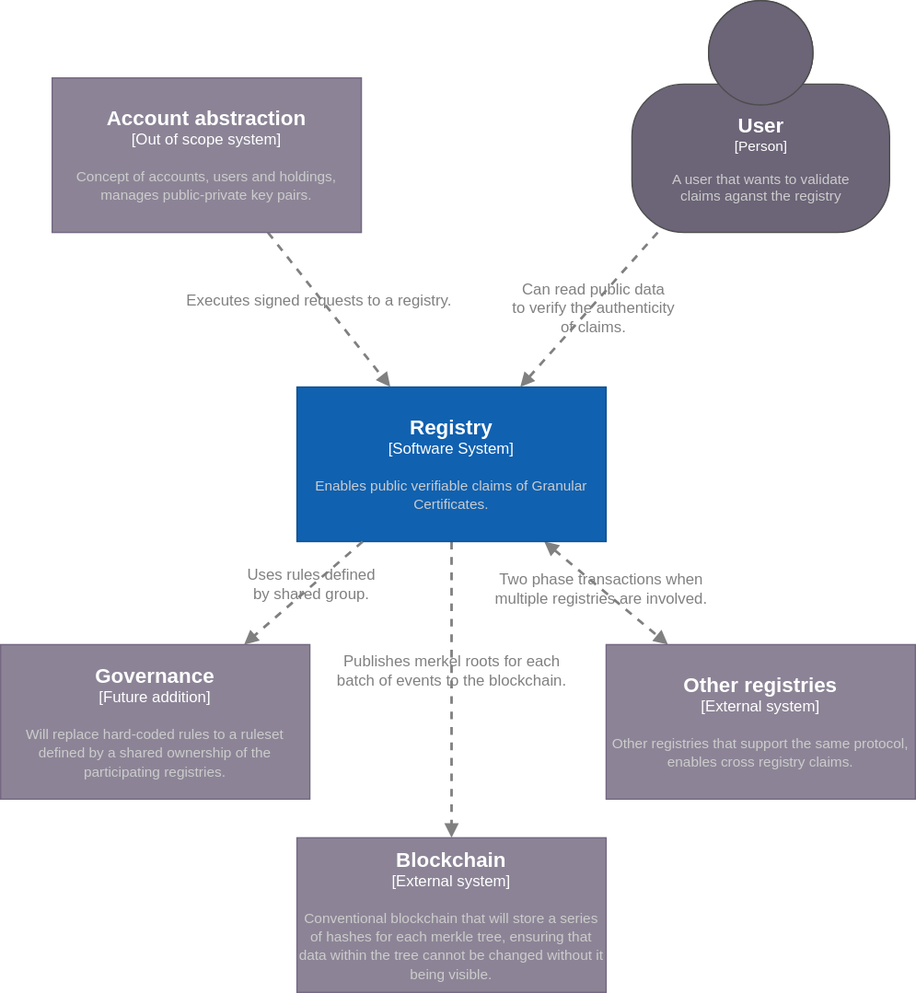
Earlier version of the draw.io export doc/architecture/system_diagram.drawio.svg (project-origin/registry). Source tidied: cells renumbered, new cells last; positions are measured from the earlier drawing's top-left corner, leaving out a move shared by most shapes.
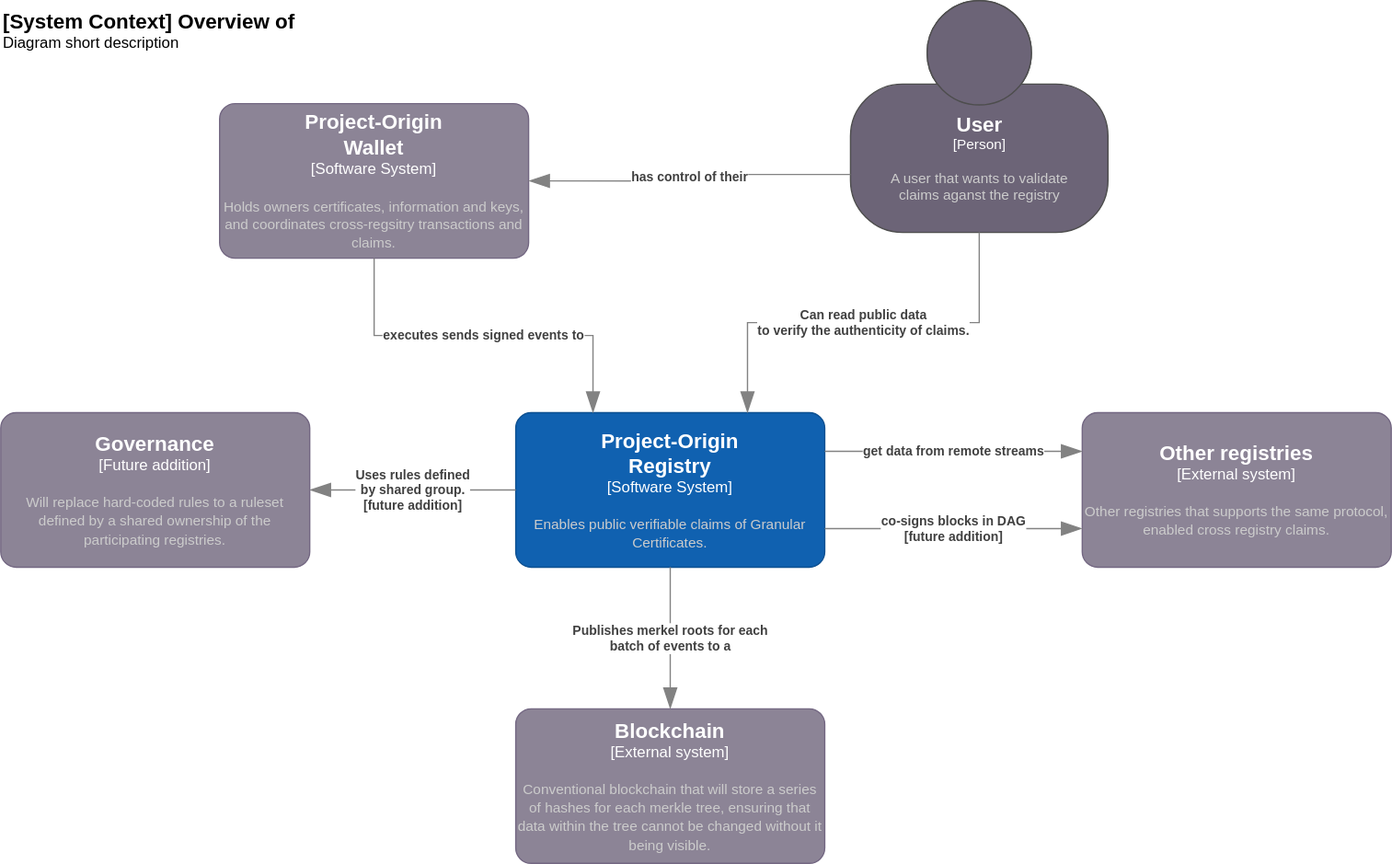
Above is the later version.

Diff of the diagram source:
```diff
@@ -2,65 +2,75 @@
   <root>
     <mxCell id="0" />
     <mxCell id="1" parent="0" />
-    <mxCell id="2" style="edgeStyle=none;html=1;dashed=1;endArrow=block;endFill=1;rounded=0;fontColor=#808080;strokeColor=#808080;strokeWidth=2;" parent="1" edge="1" source="6" target="7">
-      <mxGeometry relative="1" as="geometry" />
-    </mxCell>
-    <mxCell id="3" value="Publishes merkel roots for each &lt;br&gt;batch of events to the blockchain." style="edgeLabel;html=1;align=center;verticalAlign=middle;fontSize=12;labelBackgroundColor=none;rounded=0;fontColor=#808080;" parent="2" vertex="1">
-      <mxGeometry x="-0.14" y="-1" relative="1" as="geometry" />
-    </mxCell>
-    <mxCell id="4" style="edgeStyle=none;html=1;dashed=1;startArrow=block;startFill=1;endArrow=block;endFill=1;rounded=0;fontColor=#808080;strokeColor=#808080;strokeWidth=2;" parent="1" edge="1" source="6" target="8">
-      <mxGeometry relative="1" as="geometry" />
-    </mxCell>
-    <mxCell id="5" value="Two phase&amp;nbsp;transactions when &lt;br&gt;multiple registries are involved." style="edgeLabel;html=1;align=center;verticalAlign=middle;fontSize=12;labelBackgroundColor=none;rounded=0;fontColor=#808080;" parent="4" vertex="1">
-      <mxGeometry x="-0.09" relative="1" as="geometry" />
-    </mxCell>
-    <object id="6" label="&lt;font style=&quot;font-size: 16px&quot;&gt;&lt;b&gt;%c4Name%&lt;/b&gt;&lt;/font&gt;&lt;div&gt;[%c4Type%]&lt;/div&gt;&lt;br&gt;&lt;div&gt;&lt;font style=&quot;font-size: 11px&quot;&gt;&lt;font color=&quot;#cccccc&quot;&gt;%c4Description%&lt;/font&gt;&lt;/div&gt;" c4Description="Enables public verifiable claims of Granular Certificates." c4Name="Registry" c4Type="Software System" placeholders="1">
-      <mxCell style="rounded=0;whiteSpace=wrap;html=1;labelBackgroundColor=none;fillColor=#1061B0;fontColor=#ffffff;align=center;arcSize=10;strokeColor=#0D5091;points=[[0.25,0,0],[0.5,0,0],[0.75,0,0],[1,0.25,0],[1,0.5,0],[1,0.75,0],[0.75,1,0],[0.5,1,0],[0.25,1,0],[0,0.75,0],[0,0.5,0],[0,0.25,0]];" parent="1" vertex="1">
-        <mxGeometry x="230" y="300" width="240" height="120" as="geometry" />
+    <object id="6" label="&lt;font style=&quot;font-size: 16px&quot;&gt;&lt;b&gt;%c4Name%&lt;/b&gt;&lt;/font&gt;&lt;div&gt;[%c4Type%]&lt;/div&gt;&lt;br&gt;&lt;div&gt;&lt;font style=&quot;font-size: 11px&quot;&gt;&lt;font color=&quot;#cccccc&quot;&gt;%c4Description%&lt;/font&gt;&lt;/div&gt;" c4Description="Enables public verifiable claims of Granular Certificates." c4Name="Project-Origin&#10;Registry" c4Type="Software System" placeholders="1">
+      <mxCell style="rounded=1;whiteSpace=wrap;html=1;labelBackgroundColor=none;fillColor=#1061B0;fontColor=#ffffff;align=center;arcSize=10;strokeColor=#0D5091;points=[[0.25,0,0],[0.5,0,0],[0.75,0,0],[1,0.25,0],[1,0.5,0],[1,0.75,0],[0.75,1,0],[0.5,1,0],[0.25,1,0],[0,0.75,0],[0,0.5,0],[0,0.25,0]];" parent="1" vertex="1">
+        <mxGeometry x="110" y="100" width="240" height="120" as="geometry" />
       </mxCell>
     </object>
-    <object id="7" label="&lt;font style=&quot;font-size: 16px&quot;&gt;&lt;b&gt;%c4Name%&lt;/b&gt;&lt;/font&gt;&lt;div&gt;[%c4Type%]&lt;/div&gt;&lt;br&gt;&lt;div&gt;&lt;font style=&quot;font-size: 11px&quot;&gt;&lt;font color=&quot;#cccccc&quot;&gt;%c4Description%&lt;/font&gt;&lt;/div&gt;" c4Description="Conventional blockchain that will store a series of hashes for each merkel tree, ensuring that data within the tree cannot be changed without it being visible." c4Name="Blockchain" c4Type="External system" placeholders="1">
-      <mxCell style="rounded=0;whiteSpace=wrap;html=1;labelBackgroundColor=none;fillColor=#8C8496;fontColor=#ffffff;align=center;arcSize=10;strokeColor=#736782;points=[[0.25,0,0],[0.5,0,0],[0.75,0,0],[1,0.25,0],[1,0.5,0],[1,0.75,0],[0.75,1,0],[0.5,1,0],[0.25,1,0],[0,0.75,0],[0,0.5,0],[0,0.25,0]];" parent="1" vertex="1">
-        <mxGeometry x="230" y="650" width="240" height="120" as="geometry" />
+    <object id="7" label="&lt;font style=&quot;font-size: 16px&quot;&gt;&lt;b&gt;%c4Name%&lt;/b&gt;&lt;/font&gt;&lt;div&gt;[%c4Type%]&lt;/div&gt;&lt;br&gt;&lt;div&gt;&lt;font style=&quot;font-size: 11px&quot;&gt;&lt;font color=&quot;#cccccc&quot;&gt;%c4Description%&lt;/font&gt;&lt;/div&gt;" c4Description="Conventional blockchain that will store a series of hashes for each merkle tree, ensuring that data within the tree cannot be changed without it being visible." c4Name="Blockchain" c4Type="External system" placeholders="1">
+      <mxCell style="rounded=1;whiteSpace=wrap;html=1;labelBackgroundColor=none;fillColor=#8C8496;fontColor=#ffffff;align=center;arcSize=10;strokeColor=#736782;points=[[0.25,0,0],[0.5,0,0],[0.75,0,0],[1,0.25,0],[1,0.5,0],[1,0.75,0],[0.75,1,0],[0.5,1,0],[0.25,1,0],[0,0.75,0],[0,0.5,0],[0,0.25,0]];" parent="1" vertex="1">
+        <mxGeometry x="110" y="330" width="240" height="120" as="geometry" />
       </mxCell>
     </object>
     <object id="8" label="&lt;font style=&quot;font-size: 16px&quot;&gt;&lt;b&gt;%c4Name%&lt;/b&gt;&lt;/font&gt;&lt;div&gt;[%c4Type%]&lt;/div&gt;&lt;br&gt;&lt;div&gt;&lt;font style=&quot;font-size: 11px&quot;&gt;&lt;font color=&quot;#cccccc&quot;&gt;%c4Description%&lt;/font&gt;&lt;/div&gt;" c4Description="Other registries that supports the same protocol, enabled cross registry claims." c4Name="Other registries" c4Type="External system" placeholders="1">
-      <mxCell style="rounded=0;whiteSpace=wrap;html=1;labelBackgroundColor=none;fillColor=#8C8496;fontColor=#ffffff;align=center;arcSize=10;strokeColor=#736782;points=[[0.25,0,0],[0.5,0,0],[0.75,0,0],[1,0.25,0],[1,0.5,0],[1,0.75,0],[0.75,1,0],[0.5,1,0],[0.25,1,0],[0,0.75,0],[0,0.5,0],[0,0.25,0]];" parent="1" vertex="1">
-        <mxGeometry x="470" y="500" width="240" height="120" as="geometry" />
+      <mxCell style="rounded=1;whiteSpace=wrap;html=1;labelBackgroundColor=none;fillColor=#8C8496;fontColor=#ffffff;align=center;arcSize=10;strokeColor=#736782;points=[[0.25,0,0],[0.5,0,0],[0.75,0,0],[1,0.25,0],[1,0.5,0],[1,0.75,0],[0.75,1,0],[0.5,1,0],[0.25,1,0],[0,0.75,0],[0,0.5,0],[0,0.25,0]];" parent="1" vertex="1">
+        <mxGeometry x="550" y="100" width="240" height="120" as="geometry" />
       </mxCell>
     </object>
-    <mxCell id="9" style="edgeStyle=none;html=1;dashed=1;fontSize=12;endArrow=block;endFill=1;rounded=0;fontColor=#808080;strokeColor=#808080;strokeWidth=2;" parent="1" edge="1" source="11" target="6">
-      <mxGeometry relative="1" as="geometry" />
-    </mxCell>
-    <mxCell id="10" value="Executes signed requests to a registry." style="edgeLabel;html=1;align=center;verticalAlign=middle;fontSize=12;labelBackgroundColor=none;rounded=0;fontColor=#808080;" parent="9" vertex="1">
-      <mxGeometry x="-0.15" y="-2" relative="1" as="geometry" />
-    </mxCell>
-    <object id="11" label="&lt;font style=&quot;font-size: 16px&quot;&gt;&lt;b&gt;%c4Name%&lt;/b&gt;&lt;/font&gt;&lt;div&gt;[%c4Type%]&lt;/div&gt;&lt;br&gt;&lt;div&gt;&lt;font style=&quot;font-size: 11px&quot;&gt;&lt;font color=&quot;#cccccc&quot;&gt;%c4Description%&lt;/font&gt;&lt;/div&gt;" c4Description="Concept of accounts, users and holdings, manages public-private key pairs." c4Name="Account abstraction" c4Type="Out of scope system" placeholders="1">
-      <mxCell style="rounded=0;whiteSpace=wrap;html=1;labelBackgroundColor=none;fillColor=#8C8496;fontColor=#ffffff;align=center;arcSize=10;strokeColor=#736782;points=[[0.25,0,0],[0.5,0,0],[0.75,0,0],[1,0.25,0],[1,0.5,0],[1,0.75,0],[0.75,1,0],[0.5,1,0],[0.25,1,0],[0,0.75,0],[0,0.5,0],[0,0.25,0]];" parent="1" vertex="1">
-        <mxGeometry x="40" y="60" width="240" height="120" as="geometry" />
+    <object id="11" label="&lt;font style=&quot;font-size: 16px&quot;&gt;&lt;b&gt;%c4Name%&lt;/b&gt;&lt;/font&gt;&lt;div&gt;[%c4Type%]&lt;/div&gt;&lt;br&gt;&lt;div&gt;&lt;font style=&quot;font-size: 11px&quot;&gt;&lt;font color=&quot;#cccccc&quot;&gt;%c4Description%&lt;/font&gt;&lt;/div&gt;" c4Description="Holds owners certificates, information and keys, and coordinates cross-regsitry transactions and claims." c4Name="Project-Origin&#10;Wallet" c4Type="Software System" placeholders="1">
+      <mxCell style="rounded=1;whiteSpace=wrap;html=1;labelBackgroundColor=none;fillColor=#8C8496;fontColor=#ffffff;align=center;arcSize=10;strokeColor=#736782;points=[[0.25,0,0],[0.5,0,0],[0.75,0,0],[1,0.25,0],[1,0.5,0],[1,0.75,0],[0.75,1,0],[0.5,1,0],[0.25,1,0],[0,0.75,0],[0,0.5,0],[0,0.25,0]];" parent="1" vertex="1">
+        <mxGeometry x="-120" y="-140" width="240" height="120" as="geometry" />
       </mxCell>
     </object>
-    <mxCell id="12" style="edgeStyle=none;html=1;dashed=1;fontSize=12;endArrow=block;endFill=1;rounded=0;fontColor=#808080;strokeColor=#808080;strokeWidth=2;" parent="1" edge="1" source="14" target="6">
-      <mxGeometry relative="1" as="geometry" />
-    </mxCell>
-    <mxCell id="13" value="Can read public data&lt;br&gt;to verify the authenticity&lt;br&gt;of claims." style="edgeLabel;html=1;align=center;verticalAlign=middle;fontSize=12;labelBackgroundColor=none;fontColor=#808080;labelBorderColor=none;rounded=0;" parent="12" vertex="1">
-      <mxGeometry x="-0.04" y="1" relative="1" as="geometry" />
-    </mxCell>
     <object id="14" label="&lt;font style=&quot;font-size: 16px&quot;&gt;&lt;b&gt;%c4Name%&lt;/b&gt;&lt;/font&gt;&lt;div&gt;[%c4Type%]&lt;/div&gt;&lt;br&gt;&lt;div&gt;&lt;font style=&quot;font-size: 11px&quot;&gt;&lt;font color=&quot;#cccccc&quot;&gt;%c4Description%&lt;/font&gt;&lt;/div&gt;" c4Description="A user that wants to validate &#10;claims aganst the registry" c4Name="User" c4Type="Person" placeholders="1">
       <mxCell style="html=1;fontSize=11;dashed=0;whitespace=wrap;fillColor=#6C6477;strokeColor=#4D4D4D;fontColor=#ffffff;shape=mxgraph.c4.person2;align=center;points=[[0.5,0,0],[1,0.5,0],[1,0.75,0],[0.75,1,0],[0.5,1,0],[0.25,1,0],[0,0.75,0],[0,0.5,0]];rounded=0;" parent="1" vertex="1">
-        <mxGeometry x="490" width="200" height="180" as="geometry" />
+        <mxGeometry x="370" y="-220" width="200" height="180" as="geometry" />
       </mxCell>
     </object>
     <object id="15" label="&lt;font style=&quot;font-size: 16px&quot;&gt;&lt;b&gt;%c4Name%&lt;/b&gt;&lt;/font&gt;&lt;div&gt;[%c4Type%]&lt;/div&gt;&lt;br&gt;&lt;div&gt;&lt;font style=&quot;font-size: 11px&quot;&gt;&lt;font color=&quot;#cccccc&quot;&gt;%c4Description%&lt;/font&gt;&lt;/div&gt;" c4Description="Will replace hard-coded rules to a ruleset defined by a shared ownership of the participating registries." c4Name="Governance " c4Type="Future addition" placeholders="1">
-      <mxCell style="rounded=0;whiteSpace=wrap;html=1;labelBackgroundColor=none;fillColor=#8C8496;fontColor=#ffffff;align=center;arcSize=10;strokeColor=#736782;points=[[0.25,0,0],[0.5,0,0],[0.75,0,0],[1,0.25,0],[1,0.5,0],[1,0.75,0],[0.75,1,0],[0.5,1,0],[0.25,1,0],[0,0.75,0],[0,0.5,0],[0,0.25,0]];" parent="1" vertex="1">
-        <mxGeometry y="500" width="240" height="120" as="geometry" />
+      <mxCell style="rounded=1;whiteSpace=wrap;html=1;labelBackgroundColor=none;fillColor=#8C8496;fontColor=#ffffff;align=center;arcSize=10;strokeColor=#736782;points=[[0.25,0,0],[0.5,0,0],[0.75,0,0],[1,0.25,0],[1,0.5,0],[1,0.75,0],[0.75,1,0],[0.5,1,0],[0.25,1,0],[0,0.75,0],[0,0.5,0],[0,0.25,0]];" parent="1" vertex="1">
+        <mxGeometry x="-290" y="100" width="240" height="120" as="geometry" />
       </mxCell>
     </object>
+    <object id="9" label="&lt;div style=&quot;text-align: left&quot;&gt;&lt;div style=&quot;text-align: center&quot;&gt;&lt;b&gt;%c4Description%&lt;/b&gt;&lt;/div&gt;" c4Description="executes sends signed events to " c4Type="Relationship" placeholders="1">
+      <mxCell style="endArrow=blockThin;html=1;fontSize=10;fontColor=#404040;strokeWidth=1;endFill=1;strokeColor=#828282;elbow=vertical;endSize=14;startSize=14;jumpStyle=arc;jumpSize=16;rounded=0;edgeStyle=orthogonalEdgeStyle;entryX=0.25;entryY=0;entryDx=0;entryDy=0;entryPerimeter=0;exitX=0.5;exitY=1;exitDx=0;exitDy=0;exitPerimeter=0;" parent="1" edge="1" source="11" target="6">
+        <mxGeometry relative="1" as="geometry" />
+      </mxCell>
+    </object>
+    <object id="12" label="&lt;div style=&quot;text-align: left&quot;&gt;&lt;div style=&quot;text-align: center&quot;&gt;&lt;b&gt;%c4Description%&lt;/b&gt;&lt;/div&gt;" c4Description="Can read public data&#10;to verify the authenticity of claims." c4Type="Relationship" placeholders="1">
+      <mxCell style="endArrow=blockThin;html=1;fontSize=10;fontColor=#404040;strokeWidth=1;endFill=1;strokeColor=#828282;elbow=vertical;endSize=14;startSize=14;jumpStyle=arc;jumpSize=16;rounded=0;edgeStyle=orthogonalEdgeStyle;exitX=0.5;exitY=1;exitDx=0;exitDy=0;exitPerimeter=0;entryX=0.75;entryY=0;entryDx=0;entryDy=0;entryPerimeter=0;" parent="1" edge="1" source="14" target="6">
+        <mxGeometry relative="1" as="geometry" />
+      </mxCell>
+    </object>
+    <object id="2" label="&lt;div style=&quot;text-align: left&quot;&gt;&lt;div style=&quot;text-align: center&quot;&gt;&lt;b&gt;%c4Description%&lt;/b&gt;&lt;/div&gt;" c4Description="Publishes merkel roots for each&#10;batch of events to a" c4Type="Relationship" placeholders="1">
+      <mxCell style="endArrow=blockThin;html=1;fontSize=10;fontColor=#404040;strokeWidth=1;endFill=1;strokeColor=#828282;elbow=vertical;endSize=14;startSize=14;jumpStyle=arc;jumpSize=16;rounded=0;edgeStyle=orthogonalEdgeStyle;exitX=0.5;exitY=1;exitDx=0;exitDy=0;exitPerimeter=0;entryX=0.5;entryY=0;entryDx=0;entryDy=0;entryPerimeter=0;" parent="1" edge="1" source="6" target="7">
+        <mxGeometry relative="1" as="geometry" />
+      </mxCell>
+    </object>
+    <object id="18" label="&lt;div style=&quot;text-align: left&quot;&gt;&lt;div style=&quot;text-align: center&quot;&gt;&lt;b&gt;%c4Description%&lt;/b&gt;&lt;/div&gt;" c4Description="get data from remote streams" c4Type="Relationship" placeholders="1">
+      <mxCell style="endArrow=blockThin;html=1;fontSize=10;fontColor=#404040;strokeWidth=1;endFill=1;strokeColor=#828282;elbow=vertical;endSize=14;startSize=14;jumpStyle=arc;jumpSize=16;rounded=0;edgeStyle=orthogonalEdgeStyle;exitX=1;exitY=0.25;exitDx=0;exitDy=0;exitPerimeter=0;entryX=0;entryY=0.25;entryDx=0;entryDy=0;entryPerimeter=0;" parent="1" edge="1" source="6" target="8">
+        <mxGeometry relative="1" as="geometry" />
+      </mxCell>
+    </object>
+    <object id="19" label="&lt;div style=&quot;text-align: left&quot;&gt;&lt;div style=&quot;text-align: center&quot;&gt;&lt;b&gt;%c4Description%&lt;/b&gt;&lt;/div&gt;" c4Description="co-signs blocks in DAG&#10;[future addition]" c4Type="Relationship" placeholders="1">
+      <mxCell style="endArrow=blockThin;html=1;fontSize=10;fontColor=#404040;strokeWidth=1;endFill=1;strokeColor=#828282;elbow=vertical;endSize=14;startSize=14;jumpStyle=arc;jumpSize=16;rounded=0;edgeStyle=orthogonalEdgeStyle;exitX=1;exitY=0.75;exitDx=0;exitDy=0;exitPerimeter=0;entryX=0;entryY=0.75;entryDx=0;entryDy=0;entryPerimeter=0;" parent="1" edge="1" source="6" target="8">
+        <mxGeometry relative="1" as="geometry" />
+      </mxCell>
+    </object>
-    <mxCell id="16" style="edgeStyle=none;html=1;dashed=1;fontSize=12;endArrow=block;endFill=1;rounded=0;fontColor=#808080;strokeColor=#808080;strokeWidth=2;" parent="1" edge="1" source="6" target="15">
-      <mxGeometry relative="1" as="geometry" />
-    </mxCell>
+    <object id="16" label="&lt;div style=&quot;text-align: left&quot;&gt;&lt;div style=&quot;text-align: center&quot;&gt;&lt;b&gt;%c4Description%&lt;/b&gt;&lt;/div&gt;" c4Description="Uses rules defined&#10;by shared group.&#10;[future addition]" c4Type="Relationship" placeholders="1">
+      <mxCell style="endArrow=blockThin;html=1;fontSize=10;fontColor=#404040;strokeWidth=1;endFill=1;strokeColor=#828282;elbow=vertical;endSize=14;startSize=14;jumpStyle=arc;jumpSize=16;rounded=0;edgeStyle=orthogonalEdgeStyle;entryX=1;entryY=0.5;entryDx=0;entryDy=0;entryPerimeter=0;exitX=0;exitY=0.5;exitDx=0;exitDy=0;exitPerimeter=0;" parent="1" edge="1" source="6" target="15">
+        <mxGeometry relative="1" as="geometry" />
+      </mxCell>
+    </object>
-    <mxCell id="17" value="Uses rules defined&lt;br&gt;by shared group." style="edgeLabel;html=1;align=center;verticalAlign=middle;fontSize=12;labelBackgroundColor=none;rounded=0;fontColor=#808080;" parent="16" vertex="1">
-      <mxGeometry x="-0.15" y="-2" relative="1" as="geometry" />
-    </mxCell>
+    <object id="20" label="&lt;font style=&quot;font-size: 16px&quot;&gt;&lt;b&gt;&lt;div style=&quot;text-align: left&quot;&gt;%c4Name%&lt;/div&gt;&lt;/b&gt;&lt;/font&gt;&lt;div style=&quot;text-align: left&quot;&gt;%c4Description%&lt;/div&gt;" c4Description="Diagram short description" c4Name="[System Context] Overview of " c4Type="ContainerScopeBoundary" placeholders="1">
+      <mxCell style="text;html=1;strokeColor=none;fillColor=none;align=left;verticalAlign=top;whiteSpace=wrap;rounded=0;" parent="1" vertex="1">
+        <mxGeometry x="-290" y="-220" width="500" height="70" as="geometry" />
+      </mxCell>
+    </object>
+    <object id="21" label="&lt;div style=&quot;text-align: left&quot;&gt;&lt;div style=&quot;text-align: center&quot;&gt;&lt;b&gt;%c4Description%&lt;/b&gt;&lt;/div&gt;" c4Description="has control of their" c4Type="Relationship" placeholders="1">
+      <mxCell style="endArrow=blockThin;html=1;fontSize=10;fontColor=#404040;strokeWidth=1;endFill=1;strokeColor=#828282;elbow=vertical;endSize=14;startSize=14;jumpStyle=arc;jumpSize=16;rounded=0;edgeStyle=orthogonalEdgeStyle;entryX=1;entryY=0.5;entryDx=0;entryDy=0;entryPerimeter=0;exitX=0;exitY=0.75;exitDx=0;exitDy=0;exitPerimeter=0;" parent="1" edge="1" source="14" target="11">
+        <mxGeometry relative="1" as="geometry" />
+      </mxCell>
+    </object>
   </root>
 </mxGraphModel>
```
